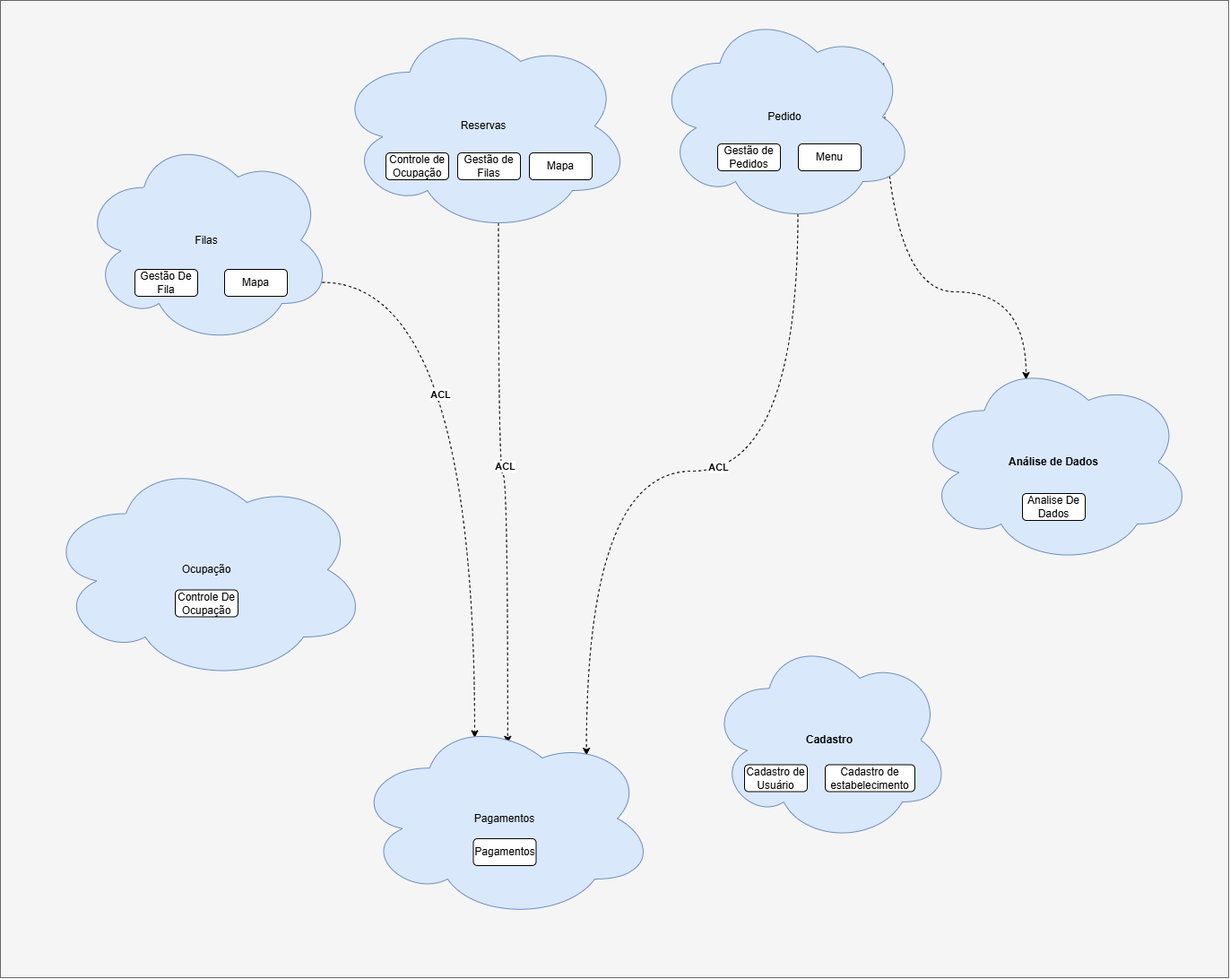
Before: DDD2.drawio.png, a diagram exported from draw.io (AmbiguousSparks/DDD-2). Source tidied: cells renumbered, new cells last; positions are measured from the earlier drawing's top-left corner, leaving out a move shared by most shapes. Source of this version:
```xml
<mxGraphModel>
  <root>
    <mxCell id="0" />
    <mxCell id="1" parent="0" />
    <mxCell id="2" style="rounded=0;whiteSpace=wrap;html=1;fillColor=#f5f5f5;strokeColor=#666666;fontColor=#333333;" parent="1" vertex="1">
      <mxGeometry width="1370" height="1090" as="geometry" />
    </mxCell>
    <mxCell id="3" style="edgeStyle=orthogonalEdgeStyle;rounded=0;jettySize=auto;html=1;exitX=0.55;exitY=0.95;exitDx=0;exitDy=0;exitPerimeter=0;curved=1;dashed=1;entryX=0.51;entryY=0.128;entryDx=0;entryDy=0;entryPerimeter=0;" parent="1" edge="1" source="15" target="23">
      <mxGeometry relative="1" as="geometry" />
    </mxCell>
    <mxCell id="4" value="ACL" style="edgeLabel;html=1;align=center;verticalAlign=middle;fontStyle=1;" parent="3" vertex="1">
      <mxGeometry x="-0.08" y="5" relative="1" as="geometry">
        <mxPoint x="1" as="offset" />
      </mxGeometry>
    </mxCell>
    <mxCell id="5" style="group;" parent="1" vertex="1">
      <mxGeometry x="90" y="150" width="280" height="235" as="geometry" />
    </mxCell>
    <mxCell id="6" value="Filas" style="ellipse;shape=cloud;whiteSpace=wrap;html=1;fillColor=#dae8fc;strokeColor=#6c8ebf;" parent="5" vertex="1">
      <mxGeometry width="280" height="235" as="geometry" />
    </mxCell>
    <mxCell id="7" value="Gestão De Fila" style="rounded=1;whiteSpace=wrap;html=1;" parent="5" vertex="1">
      <mxGeometry x="60" y="150" width="70" height="30" as="geometry" />
    </mxCell>
    <mxCell id="8" value="Mapa" style="rounded=1;whiteSpace=wrap;html=1;" parent="5" vertex="1">
      <mxGeometry x="160" y="150" width="70" height="30" as="geometry" />
    </mxCell>
    <mxCell id="9" style="edgeStyle=orthogonalEdgeStyle;rounded=0;jettySize=auto;html=1;exitX=0.96;exitY=0.7;exitDx=0;exitDy=0;exitPerimeter=0;entryX=0.4;entryY=0.1;entryDx=0;entryDy=0;entryPerimeter=0;curved=1;dashed=1;" parent="1" edge="1" source="6" target="23">
      <mxGeometry relative="1" as="geometry" />
    </mxCell>
    <mxCell id="10" value="ACL" style="edgeLabel;html=1;align=center;verticalAlign=middle;fontStyle=1;" parent="9" vertex="1">
      <mxGeometry x="-0.21" y="16" relative="1" as="geometry">
        <mxPoint x="-55" y="28" as="offset" />
      </mxGeometry>
    </mxCell>
    <mxCell id="11" style="edgeStyle=orthogonalEdgeStyle;rounded=0;jettySize=auto;html=1;exitX=0.55;exitY=0.95;exitDx=0;exitDy=0;exitPerimeter=0;entryX=0.772;entryY=0.187;entryDx=0;entryDy=0;entryPerimeter=0;curved=1;dashed=1;" parent="1" edge="1" source="26" target="23">
      <mxGeometry relative="1" as="geometry" />
    </mxCell>
    <mxCell id="12" value="ACL" style="edgeLabel;html=1;align=center;verticalAlign=middle;fontStyle=1;" parent="11" vertex="1">
      <mxGeometry x="-0.17" y="-1" relative="1" as="geometry">
        <mxPoint x="-28" y="-4" as="offset" />
      </mxGeometry>
    </mxCell>
    <mxCell id="13" style="edgeStyle=orthogonalEdgeStyle;rounded=0;jettySize=auto;html=1;exitX=0.88;exitY=0.25;exitDx=0;exitDy=0;exitPerimeter=0;entryX=0.4;entryY=0.1;entryDx=0;entryDy=0;entryPerimeter=0;curved=1;dashed=1;" parent="1" edge="1" source="26" target="34">
      <mxGeometry relative="1" as="geometry" />
    </mxCell>
    <mxCell id="14" style="group;" parent="1" vertex="1">
      <mxGeometry x="374" y="20" width="330" height="240" as="geometry" />
    </mxCell>
    <mxCell id="15" value="Reservas" style="ellipse;shape=cloud;whiteSpace=wrap;html=1;fillColor=#dae8fc;strokeColor=#6c8ebf;" parent="14" vertex="1">
      <mxGeometry width="330" height="240" as="geometry" />
    </mxCell>
    <mxCell id="16" value="Controle de Ocupação" style="rounded=1;whiteSpace=wrap;html=1;" parent="14" vertex="1">
      <mxGeometry x="56" y="150" width="70" height="30" as="geometry" />
    </mxCell>
    <mxCell id="17" value="Gestão de Filas" style="rounded=1;whiteSpace=wrap;html=1;" parent="14" vertex="1">
      <mxGeometry x="136" y="150" width="70" height="30" as="geometry" />
    </mxCell>
    <mxCell id="18" value="Mapa" style="rounded=1;whiteSpace=wrap;html=1;" parent="14" vertex="1">
      <mxGeometry x="216" y="150" width="70" height="30" as="geometry" />
    </mxCell>
    <mxCell id="19" style="group;" parent="1" vertex="1">
      <mxGeometry x="50" y="510" width="360" height="250" as="geometry" />
    </mxCell>
    <mxCell id="20" value="Ocupação" style="ellipse;shape=cloud;whiteSpace=wrap;html=1;fillColor=#dae8fc;strokeColor=#6c8ebf;" parent="19" vertex="1">
      <mxGeometry width="360" height="250" as="geometry" />
    </mxCell>
    <mxCell id="21" value="Controle De Ocupação" style="rounded=1;whiteSpace=wrap;html=1;" parent="19" vertex="1">
      <mxGeometry x="145" y="147.5" width="70" height="30" as="geometry" />
    </mxCell>
    <mxCell id="22" style="group;" parent="1" vertex="1">
      <mxGeometry x="395" y="800" width="335" height="225" as="geometry" />
    </mxCell>
    <mxCell id="23" value="Pagamentos" style="ellipse;shape=cloud;whiteSpace=wrap;html=1;fillColor=#dae8fc;strokeColor=#6c8ebf;" parent="22" vertex="1">
      <mxGeometry width="335" height="225" as="geometry" />
    </mxCell>
    <mxCell id="24" value="Pagamentos" style="rounded=1;whiteSpace=wrap;html=1;" parent="22" vertex="1">
      <mxGeometry x="132.5" y="135" width="70" height="30" as="geometry" />
    </mxCell>
    <mxCell id="25" style="group;" parent="1" vertex="1">
      <mxGeometry x="730" y="10" width="290" height="240" as="geometry" />
    </mxCell>
    <mxCell id="26" value="Pedido" style="ellipse;shape=cloud;whiteSpace=wrap;html=1;fillColor=#dae8fc;strokeColor=#6c8ebf;" parent="25" vertex="1">
      <mxGeometry width="290" height="240" as="geometry" />
    </mxCell>
    <mxCell id="27" value="Gestão de Pedidos" style="rounded=1;whiteSpace=wrap;html=1;" parent="25" vertex="1">
      <mxGeometry x="70" y="150" width="70" height="30" as="geometry" />
    </mxCell>
    <mxCell id="28" value="Menu" style="rounded=1;whiteSpace=wrap;html=1;" parent="25" vertex="1">
      <mxGeometry x="160" y="150" width="70" height="30" as="geometry" />
    </mxCell>
    <mxCell id="29" style="group;" parent="1" vertex="1">
      <mxGeometry x="790" y="710" width="270" height="230" as="geometry" />
    </mxCell>
    <mxCell id="30" value="&lt;b&gt;Cadastro&lt;/b&gt;" style="ellipse;shape=cloud;whiteSpace=wrap;html=1;fillColor=#dae8fc;strokeColor=#6c8ebf;" parent="29" vertex="1">
      <mxGeometry width="270" height="230" as="geometry" />
    </mxCell>
    <mxCell id="31" value="Cadastro de Usuário" style="rounded=1;whiteSpace=wrap;html=1;" parent="29" vertex="1">
      <mxGeometry x="40" y="142.5" width="70" height="30" as="geometry" />
    </mxCell>
    <mxCell id="32" value="Cadastro de estabelecimento" style="rounded=1;whiteSpace=wrap;html=1;" parent="29" vertex="1">
      <mxGeometry x="130" y="142.5" width="100" height="30" as="geometry" />
    </mxCell>
    <mxCell id="33" style="group;" parent="1" vertex="1">
      <mxGeometry x="1020" y="400" width="310" height="230" as="geometry" />
    </mxCell>
    <mxCell id="34" value="&lt;b&gt;Análise de Dados&lt;/b&gt;" style="ellipse;shape=cloud;whiteSpace=wrap;html=1;fillColor=#dae8fc;strokeColor=#6c8ebf;" parent="33" vertex="1">
      <mxGeometry width="310" height="230" as="geometry" />
    </mxCell>
    <mxCell id="35" value="Analise De Dados" style="rounded=1;whiteSpace=wrap;html=1;" parent="33" vertex="1">
      <mxGeometry x="120" y="150" width="70" height="30" as="geometry" />
    </mxCell>
  </root>
</mxGraphModel>
```
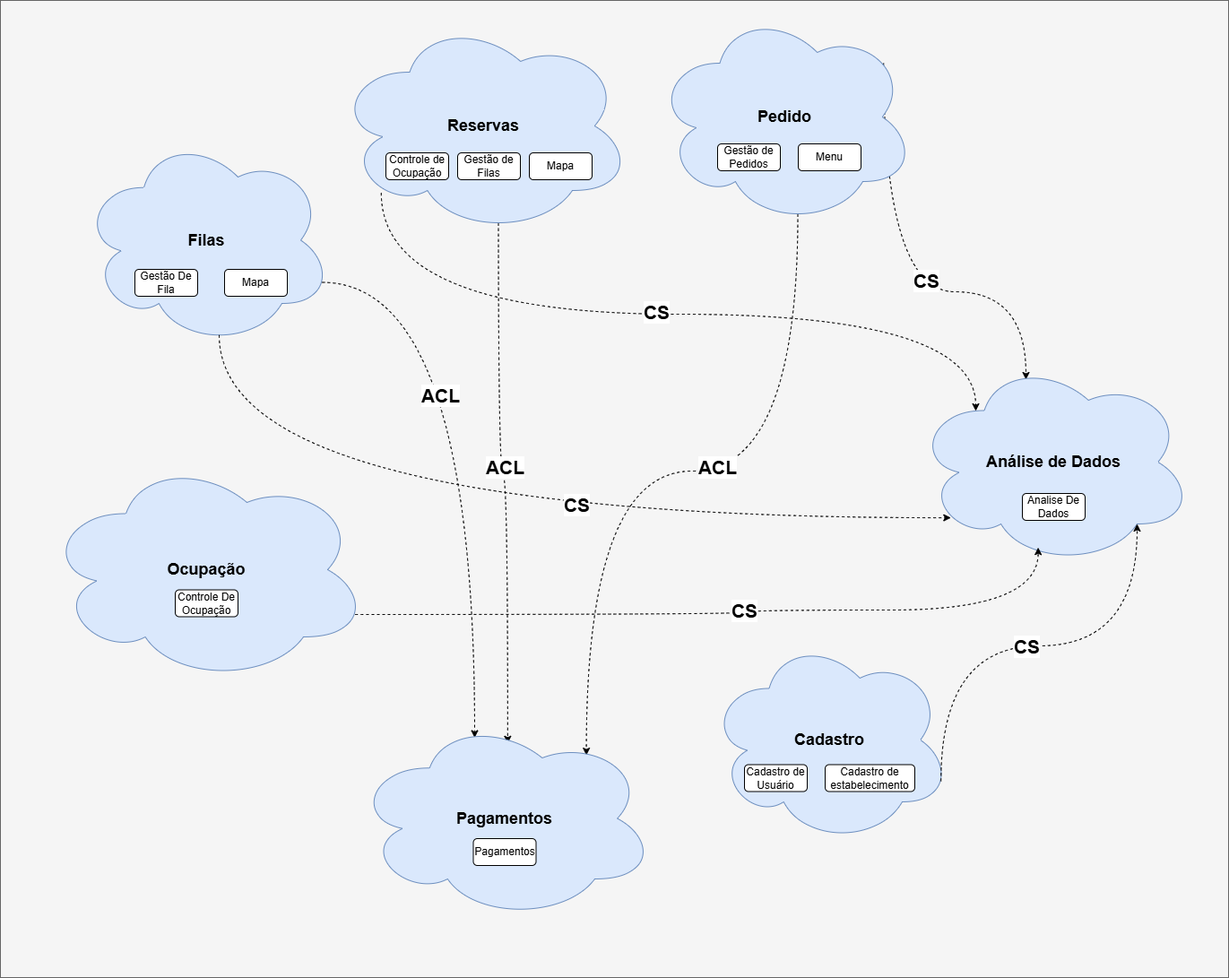
After the change.

Diff of the diagram source:
```diff
@@ -8,7 +8,7 @@
     <mxCell id="3" style="edgeStyle=orthogonalEdgeStyle;rounded=0;jettySize=auto;html=1;exitX=0.55;exitY=0.95;exitDx=0;exitDy=0;exitPerimeter=0;curved=1;dashed=1;entryX=0.51;entryY=0.128;entryDx=0;entryDy=0;entryPerimeter=0;" parent="1" edge="1" source="15" target="23">
       <mxGeometry relative="1" as="geometry" />
     </mxCell>
-    <mxCell id="4" value="ACL" style="edgeLabel;html=1;align=center;verticalAlign=middle;fontStyle=1;" parent="3" vertex="1">
+    <mxCell id="4" value="ACL" style="edgeLabel;html=1;align=center;verticalAlign=middle;fontStyle=1;fontSize=21;" parent="3" vertex="1">
       <mxGeometry x="-0.08" y="5" relative="1" as="geometry">
         <mxPoint x="1" as="offset" />
       </mxGeometry>
@@ -16,7 +16,7 @@
     <mxCell id="5" style="group;" parent="1" vertex="1">
       <mxGeometry x="90" y="150" width="280" height="235" as="geometry" />
     </mxCell>
-    <mxCell id="6" value="Filas" style="ellipse;shape=cloud;whiteSpace=wrap;html=1;fillColor=#dae8fc;strokeColor=#6c8ebf;" parent="5" vertex="1">
+    <mxCell id="6" value="&lt;b&gt;&lt;font style=&quot;font-size: 18px;&quot;&gt;Filas&lt;/font&gt;&lt;/b&gt;" style="ellipse;shape=cloud;whiteSpace=wrap;html=1;fillColor=#dae8fc;strokeColor=#6c8ebf;" parent="5" vertex="1">
       <mxGeometry width="280" height="235" as="geometry" />
     </mxCell>
     <mxCell id="7" value="Gestão De Fila" style="rounded=1;whiteSpace=wrap;html=1;" parent="5" vertex="1">
@@ -28,7 +28,7 @@
     <mxCell id="9" style="edgeStyle=orthogonalEdgeStyle;rounded=0;jettySize=auto;html=1;exitX=0.96;exitY=0.7;exitDx=0;exitDy=0;exitPerimeter=0;entryX=0.4;entryY=0.1;entryDx=0;entryDy=0;entryPerimeter=0;curved=1;dashed=1;" parent="1" edge="1" source="6" target="23">
       <mxGeometry relative="1" as="geometry" />
     </mxCell>
-    <mxCell id="10" value="ACL" style="edgeLabel;html=1;align=center;verticalAlign=middle;fontStyle=1;" parent="9" vertex="1">
+    <mxCell id="10" value="ACL" style="edgeLabel;html=1;align=center;verticalAlign=middle;fontStyle=1;fontSize=21;" parent="9" vertex="1">
       <mxGeometry x="-0.21" y="16" relative="1" as="geometry">
         <mxPoint x="-55" y="28" as="offset" />
       </mxGeometry>
@@ -36,18 +36,21 @@
     <mxCell id="11" style="edgeStyle=orthogonalEdgeStyle;rounded=0;jettySize=auto;html=1;exitX=0.55;exitY=0.95;exitDx=0;exitDy=0;exitPerimeter=0;entryX=0.772;entryY=0.187;entryDx=0;entryDy=0;entryPerimeter=0;curved=1;dashed=1;" parent="1" edge="1" source="26" target="23">
       <mxGeometry relative="1" as="geometry" />
     </mxCell>
-    <mxCell id="12" value="ACL" style="edgeLabel;html=1;align=center;verticalAlign=middle;fontStyle=1;" parent="11" vertex="1">
+    <mxCell id="12" value="ACL" style="edgeLabel;html=1;align=center;verticalAlign=middle;fontStyle=1;fontSize=21;" parent="11" vertex="1">
       <mxGeometry x="-0.17" y="-1" relative="1" as="geometry">
         <mxPoint x="-28" y="-4" as="offset" />
       </mxGeometry>
     </mxCell>
-    <mxCell id="13" style="edgeStyle=orthogonalEdgeStyle;rounded=0;jettySize=auto;html=1;exitX=0.88;exitY=0.25;exitDx=0;exitDy=0;exitPerimeter=0;entryX=0.4;entryY=0.1;entryDx=0;entryDy=0;entryPerimeter=0;curved=1;dashed=1;" parent="1" edge="1" source="26" target="34">
+    <mxCell id="13" style="edgeStyle=orthogonalEdgeStyle;rounded=0;jettySize=auto;html=1;exitX=0.88;exitY=0.25;exitDx=0;exitDy=0;exitPerimeter=0;entryX=0.4;entryY=0.1;entryDx=0;entryDy=0;entryPerimeter=0;curved=1;dashed=1;fontStyle=1;" parent="1" edge="1" source="26" target="34">
       <mxGeometry relative="1" as="geometry" />
     </mxCell>
+    <mxCell id="36" value="CS" style="edgeLabel;html=1;align=center;verticalAlign=middle;fontStyle=1;fontSize=21;" parent="13" vertex="1">
+      <mxGeometry x="0.18" y="13" relative="1" as="geometry" />
+    </mxCell>
     <mxCell id="14" style="group;" parent="1" vertex="1">
       <mxGeometry x="374" y="20" width="330" height="240" as="geometry" />
     </mxCell>
-    <mxCell id="15" value="Reservas" style="ellipse;shape=cloud;whiteSpace=wrap;html=1;fillColor=#dae8fc;strokeColor=#6c8ebf;" parent="14" vertex="1">
+    <mxCell id="15" value="&lt;font style=&quot;font-size: 18px;&quot;&gt;&lt;b&gt;Reservas&lt;/b&gt;&lt;/font&gt;" style="ellipse;shape=cloud;whiteSpace=wrap;html=1;fillColor=#dae8fc;strokeColor=#6c8ebf;" parent="14" vertex="1">
       <mxGeometry width="330" height="240" as="geometry" />
     </mxCell>
     <mxCell id="16" value="Controle de Ocupação" style="rounded=1;whiteSpace=wrap;html=1;" parent="14" vertex="1">
@@ -62,7 +65,7 @@
     <mxCell id="19" style="group;" parent="1" vertex="1">
       <mxGeometry x="50" y="510" width="360" height="250" as="geometry" />
     </mxCell>
-    <mxCell id="20" value="Ocupação" style="ellipse;shape=cloud;whiteSpace=wrap;html=1;fillColor=#dae8fc;strokeColor=#6c8ebf;" parent="19" vertex="1">
+    <mxCell id="20" value="&lt;font style=&quot;font-size: 18px;&quot;&gt;&lt;b&gt;Ocupação&lt;/b&gt;&lt;/font&gt;" style="ellipse;shape=cloud;whiteSpace=wrap;html=1;fillColor=#dae8fc;strokeColor=#6c8ebf;" parent="19" vertex="1">
       <mxGeometry width="360" height="250" as="geometry" />
     </mxCell>
     <mxCell id="21" value="Controle De Ocupação" style="rounded=1;whiteSpace=wrap;html=1;" parent="19" vertex="1">
@@ -71,7 +74,7 @@
     <mxCell id="22" style="group;" parent="1" vertex="1">
       <mxGeometry x="395" y="800" width="335" height="225" as="geometry" />
     </mxCell>
-    <mxCell id="23" value="Pagamentos" style="ellipse;shape=cloud;whiteSpace=wrap;html=1;fillColor=#dae8fc;strokeColor=#6c8ebf;" parent="22" vertex="1">
+    <mxCell id="23" value="&lt;font style=&quot;font-size: 18px;&quot;&gt;&lt;b&gt;Pagamentos&lt;/b&gt;&lt;/font&gt;" style="ellipse;shape=cloud;whiteSpace=wrap;html=1;fillColor=#dae8fc;strokeColor=#6c8ebf;" parent="22" vertex="1">
       <mxGeometry width="335" height="225" as="geometry" />
     </mxCell>
     <mxCell id="24" value="Pagamentos" style="rounded=1;whiteSpace=wrap;html=1;" parent="22" vertex="1">
@@ -80,7 +83,7 @@
     <mxCell id="25" style="group;" parent="1" vertex="1">
       <mxGeometry x="730" y="10" width="290" height="240" as="geometry" />
     </mxCell>
-    <mxCell id="26" value="Pedido" style="ellipse;shape=cloud;whiteSpace=wrap;html=1;fillColor=#dae8fc;strokeColor=#6c8ebf;" parent="25" vertex="1">
+    <mxCell id="26" value="&lt;b&gt;&lt;font style=&quot;font-size: 18px;&quot;&gt;Pedido&lt;/font&gt;&lt;/b&gt;" style="ellipse;shape=cloud;whiteSpace=wrap;html=1;fillColor=#dae8fc;strokeColor=#6c8ebf;" parent="25" vertex="1">
       <mxGeometry width="290" height="240" as="geometry" />
     </mxCell>
     <mxCell id="27" value="Gestão de Pedidos" style="rounded=1;whiteSpace=wrap;html=1;" parent="25" vertex="1">
@@ -92,7 +95,7 @@
     <mxCell id="29" style="group;" parent="1" vertex="1">
       <mxGeometry x="790" y="710" width="270" height="230" as="geometry" />
     </mxCell>
-    <mxCell id="30" value="&lt;b&gt;Cadastro&lt;/b&gt;" style="ellipse;shape=cloud;whiteSpace=wrap;html=1;fillColor=#dae8fc;strokeColor=#6c8ebf;" parent="29" vertex="1">
+    <mxCell id="30" value="&lt;font style=&quot;font-size: 18px;&quot;&gt;&lt;b&gt;Cadastro&lt;/b&gt;&lt;/font&gt;" style="ellipse;shape=cloud;whiteSpace=wrap;html=1;fillColor=#dae8fc;strokeColor=#6c8ebf;" parent="29" vertex="1">
       <mxGeometry width="270" height="230" as="geometry" />
     </mxCell>
     <mxCell id="31" value="Cadastro de Usuário" style="rounded=1;whiteSpace=wrap;html=1;" parent="29" vertex="1">
@@ -104,11 +107,59 @@
     <mxCell id="33" style="group;" parent="1" vertex="1">
       <mxGeometry x="1020" y="400" width="310" height="230" as="geometry" />
     </mxCell>
-    <mxCell id="34" value="&lt;b&gt;Análise de Dados&lt;/b&gt;" style="ellipse;shape=cloud;whiteSpace=wrap;html=1;fillColor=#dae8fc;strokeColor=#6c8ebf;" parent="33" vertex="1">
+    <mxCell id="34" value="&lt;b&gt;&lt;font style=&quot;font-size: 18px;&quot;&gt;Análise de Dados&lt;/font&gt;&lt;/b&gt;" style="ellipse;shape=cloud;whiteSpace=wrap;html=1;fillColor=#dae8fc;strokeColor=#6c8ebf;" parent="33" vertex="1">
       <mxGeometry width="310" height="230" as="geometry" />
     </mxCell>
     <mxCell id="35" value="Analise De Dados" style="rounded=1;whiteSpace=wrap;html=1;" parent="33" vertex="1">
       <mxGeometry x="120" y="150" width="70" height="30" as="geometry" />
     </mxCell>
+    <mxCell id="37" style="edgeStyle=orthogonalEdgeStyle;rounded=0;jettySize=auto;html=1;exitX=0.154;exitY=0.811;exitDx=0;exitDy=0;exitPerimeter=0;curved=1;dashed=1;" parent="1" edge="1" source="15">
+      <mxGeometry relative="1" as="geometry">
+        <mxPoint x="1087" y="458" as="targetPoint" />
+        <Array as="points">
+          <mxPoint x="425" y="350" />
+          <mxPoint x="1088" y="350" />
+          <mxPoint x="1088" y="458" />
+        </Array>
+      </mxGeometry>
+    </mxCell>
+    <mxCell id="38" value="CS" style="edgeLabel;html=1;align=center;verticalAlign=middle;fontStyle=1;fontSize=21;" parent="37" vertex="1">
+      <mxGeometry x="-0.03" y="3" relative="1" as="geometry" />
+    </mxCell>
+    <mxCell id="39" style="edgeStyle=orthogonalEdgeStyle;rounded=0;jettySize=auto;html=1;exitX=0.55;exitY=0.95;exitDx=0;exitDy=0;exitPerimeter=0;entryX=0.13;entryY=0.77;entryDx=0;entryDy=0;entryPerimeter=0;curved=1;dashed=1;" parent="1" edge="1" source="6" target="34">
+      <mxGeometry relative="1" as="geometry">
+        <Array as="points">
+          <mxPoint x="244" y="577" />
+        </Array>
+      </mxGeometry>
+    </mxCell>
+    <mxCell id="40" value="CS" style="edgeLabel;html=1;align=center;verticalAlign=middle;fontStyle=1;fontSize=21;" parent="39" vertex="1">
+      <mxGeometry x="0.18" y="15" relative="1" as="geometry" />
+    </mxCell>
+    <mxCell id="41" style="edgeStyle=orthogonalEdgeStyle;rounded=0;jettySize=auto;html=1;exitX=0.96;exitY=0.7;exitDx=0;exitDy=0;exitPerimeter=0;entryX=0.444;entryY=0.914;entryDx=0;entryDy=0;entryPerimeter=0;dashed=1;curved=1;" parent="1" edge="1" source="20" target="34">
+      <mxGeometry relative="1" as="geometry">
+        <Array as="points">
+          <mxPoint x="830" y="685" />
+          <mxPoint x="830" y="680" />
+          <mxPoint x="1158" y="680" />
+        </Array>
+      </mxGeometry>
+    </mxCell>
+    <mxCell id="42" value="CS" style="edgeLabel;html=1;align=center;verticalAlign=middle;fontStyle=1;fontSize=21;" parent="41" vertex="1">
+      <mxGeometry x="0.05" y="1" relative="1" as="geometry">
+        <mxPoint y="-1" as="offset" />
+      </mxGeometry>
+    </mxCell>
+    <mxCell id="43" style="edgeStyle=orthogonalEdgeStyle;rounded=0;jettySize=auto;html=1;exitX=0.96;exitY=0.7;exitDx=0;exitDy=0;exitPerimeter=0;entryX=0.8;entryY=0.8;entryDx=0;entryDy=0;entryPerimeter=0;dashed=1;curved=1;" parent="1" edge="1" source="30" target="34">
+      <mxGeometry relative="1" as="geometry">
+        <Array as="points">
+          <mxPoint x="1049" y="720" />
+          <mxPoint x="1268" y="720" />
+        </Array>
+      </mxGeometry>
+    </mxCell>
+    <mxCell id="44" value="CS" style="edgeLabel;html=1;align=center;verticalAlign=middle;fontStyle=1;fontSize=21;" parent="43" vertex="1">
+      <mxGeometry x="-0.03" relative="1" as="geometry" />
+    </mxCell>
   </root>
 </mxGraphModel>
```
